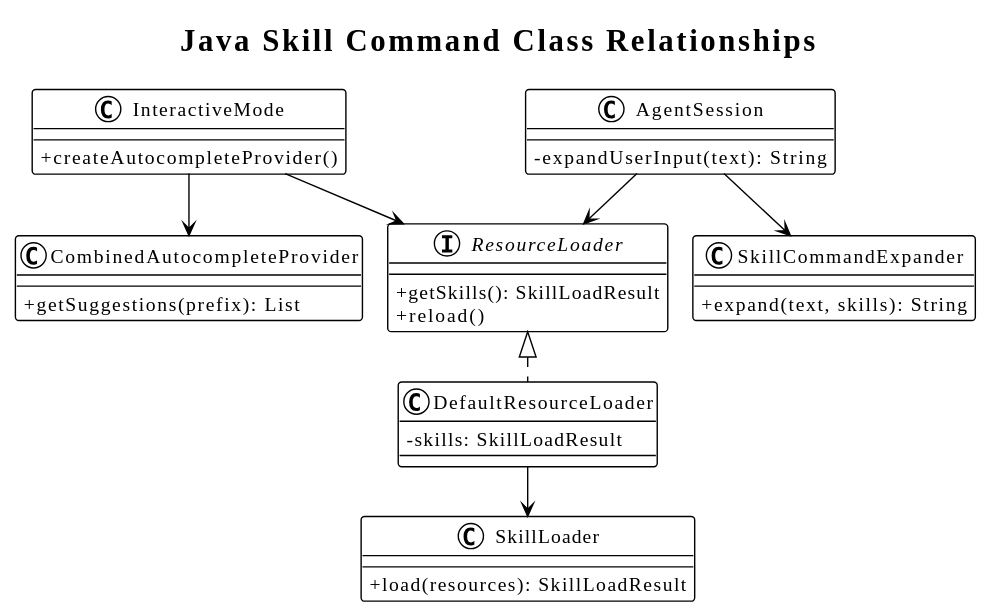
Before: diagrams/skill-command/09-class-relationships.svg, a diagram exported from PlantUML (superheromeZzh/pi-mono-java-design).
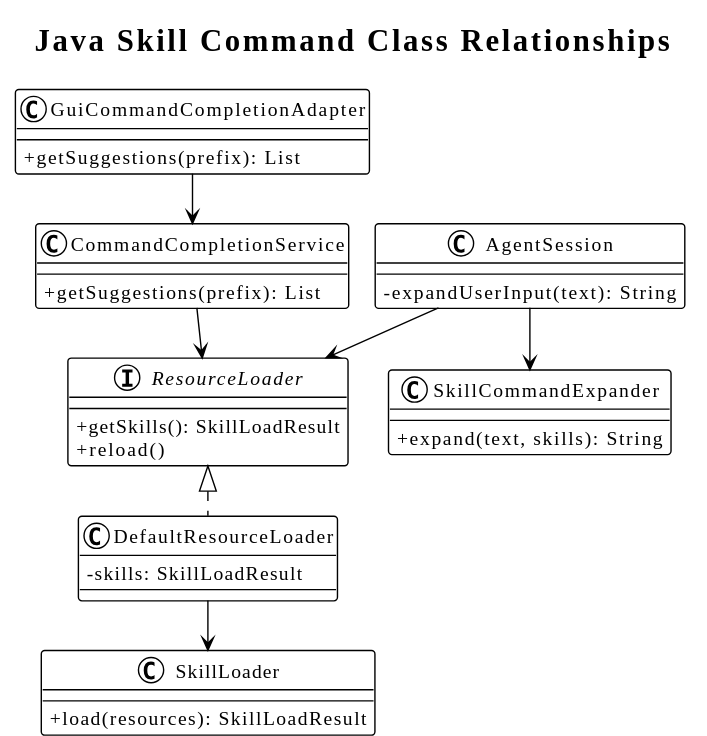
After the commit.

Diff of the diagram source:
```diff
@@ -20,11 +20,11 @@
 class SkillCommandExpander {
   + expand(text, skills): String
 }
-class CombinedAutocompleteProvider {
+class CommandCompletionService {
   + getSuggestions(prefix): List
 }
-class InteractiveMode {
-  + createAutocompleteProvider()
+class GuiCommandCompletionAdapter {
+  + getSuggestions(prefix): List
 }
 class AgentSession {
   - expandUserInput(text): String
@@ -34,6 +34,6 @@
 DefaultResourceLoader --> SkillLoader
 AgentSession --> ResourceLoader
 AgentSession --> SkillCommandExpander
-InteractiveMode --> ResourceLoader
-InteractiveMode --> CombinedAutocompleteProvider
+CommandCompletionService --> ResourceLoader
+GuiCommandCompletionAdapter --> CommandCompletionService
 @enduml
```
